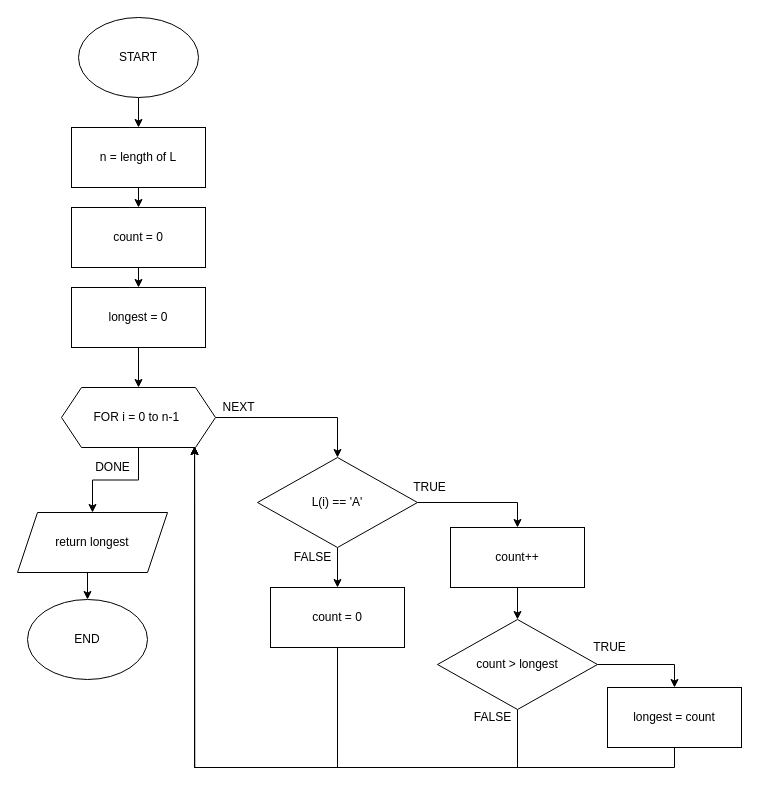
The draw.io diagram Untitled Diagram.drawio in iamkzntsv/repository, before the edit. Source tidied: cells renumbered, new cells numbered last; positions are measured from the earlier drawing's top-left corner, leaving out a move shared by most shapes. Both pictures are drawn from the tidied source at 100%, with x=0, y=0 at pixel (17, 17).
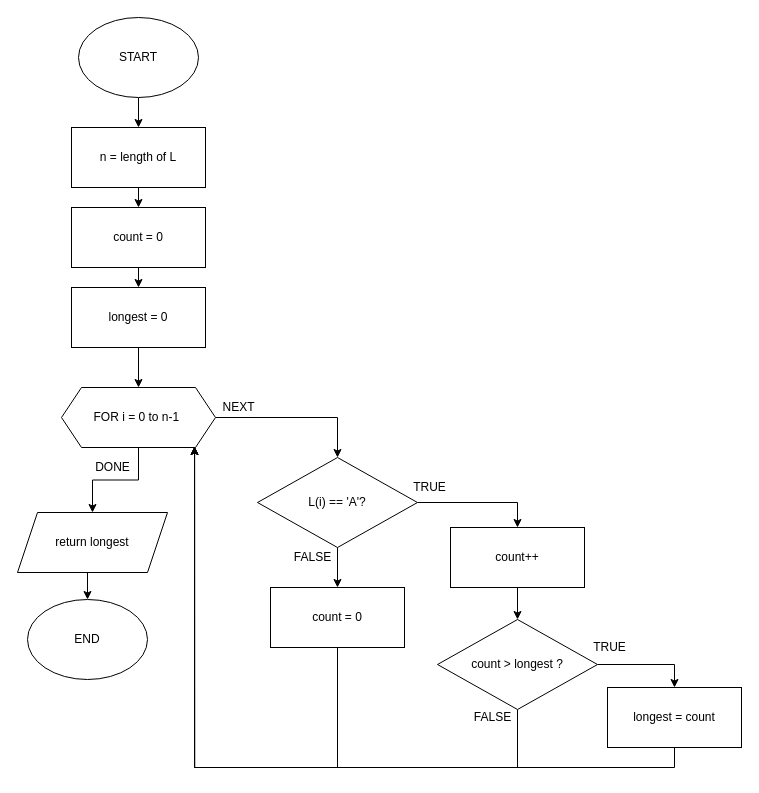
The same diagram, later.

Diff of the diagram source:
```diff
@@
-    <mxCell id="20" value="L(i) == 'A'" style="rhombus;whiteSpace=wrap;html=1;" parent="1" vertex="1">
+    <mxCell id="20" value="L(i) == 'A'?" style="rhombus;whiteSpace=wrap;html=1;" parent="1" vertex="1">
       <mxGeometry x="240" y="440" width="160" height="90" as="geometry" />
     </mxCell>
@@
-    <mxCell id="23" value="count &amp;gt; longest" style="rhombus;whiteSpace=wrap;html=1;" parent="1" vertex="1">
+    <mxCell id="23" value="count &amp;gt; longest ?" style="rhombus;whiteSpace=wrap;html=1;" parent="1" vertex="1">
       <mxGeometry x="420" y="602" width="160" height="90" as="geometry" />
     </mxCell>
```
